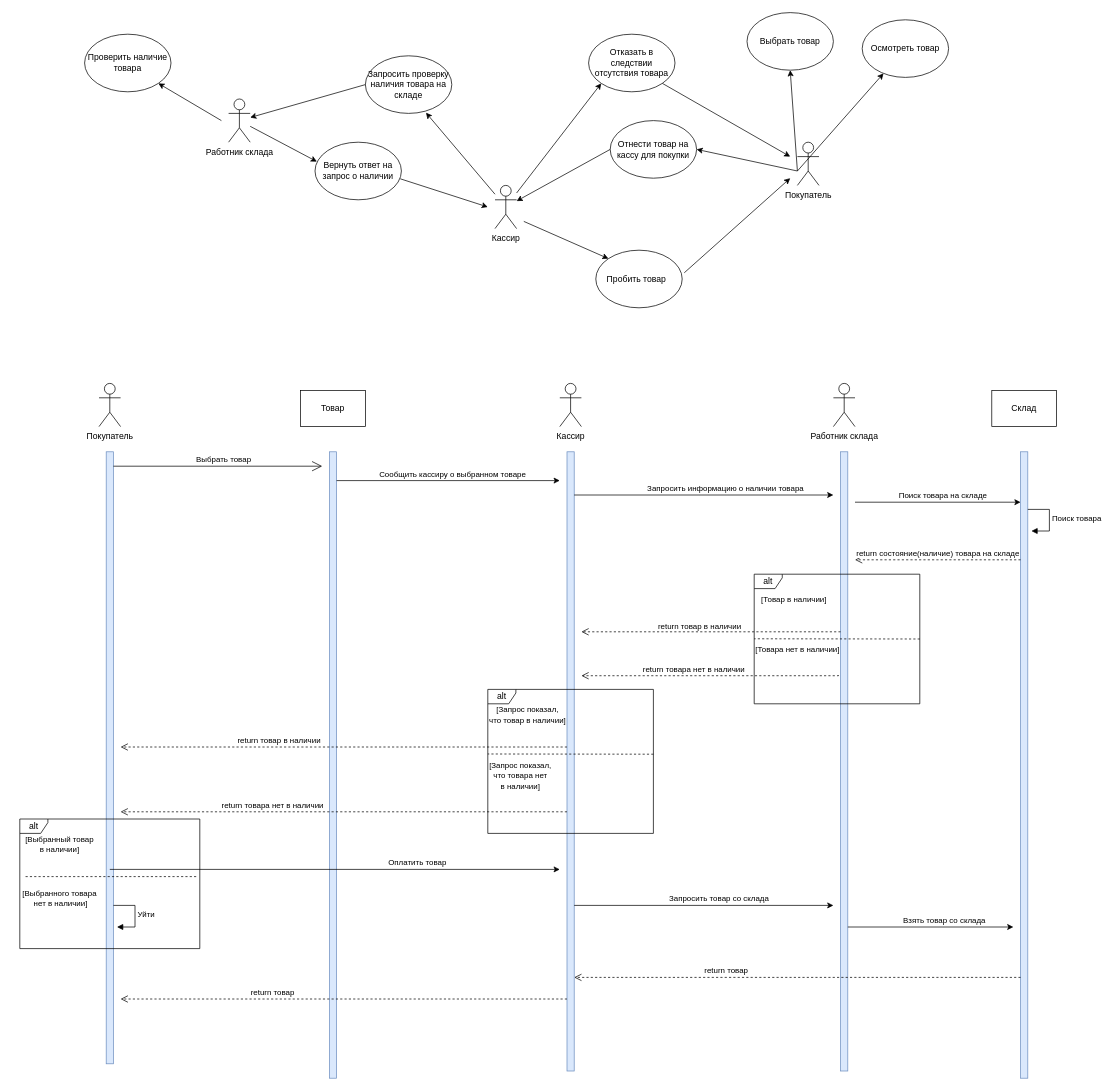
Earlier version of the draw.io diagram Control work.drawio (VyugaSW/ControlWORK-01.11). Source tidied: cells renumbered, new cells numbered last; positions are measured from the earlier drawing's top-left corner, leaving out a move shared by most shapes. Both pictures are drawn from the tidied source at 72%, with x=0, y=0 at pixel (12, 12).
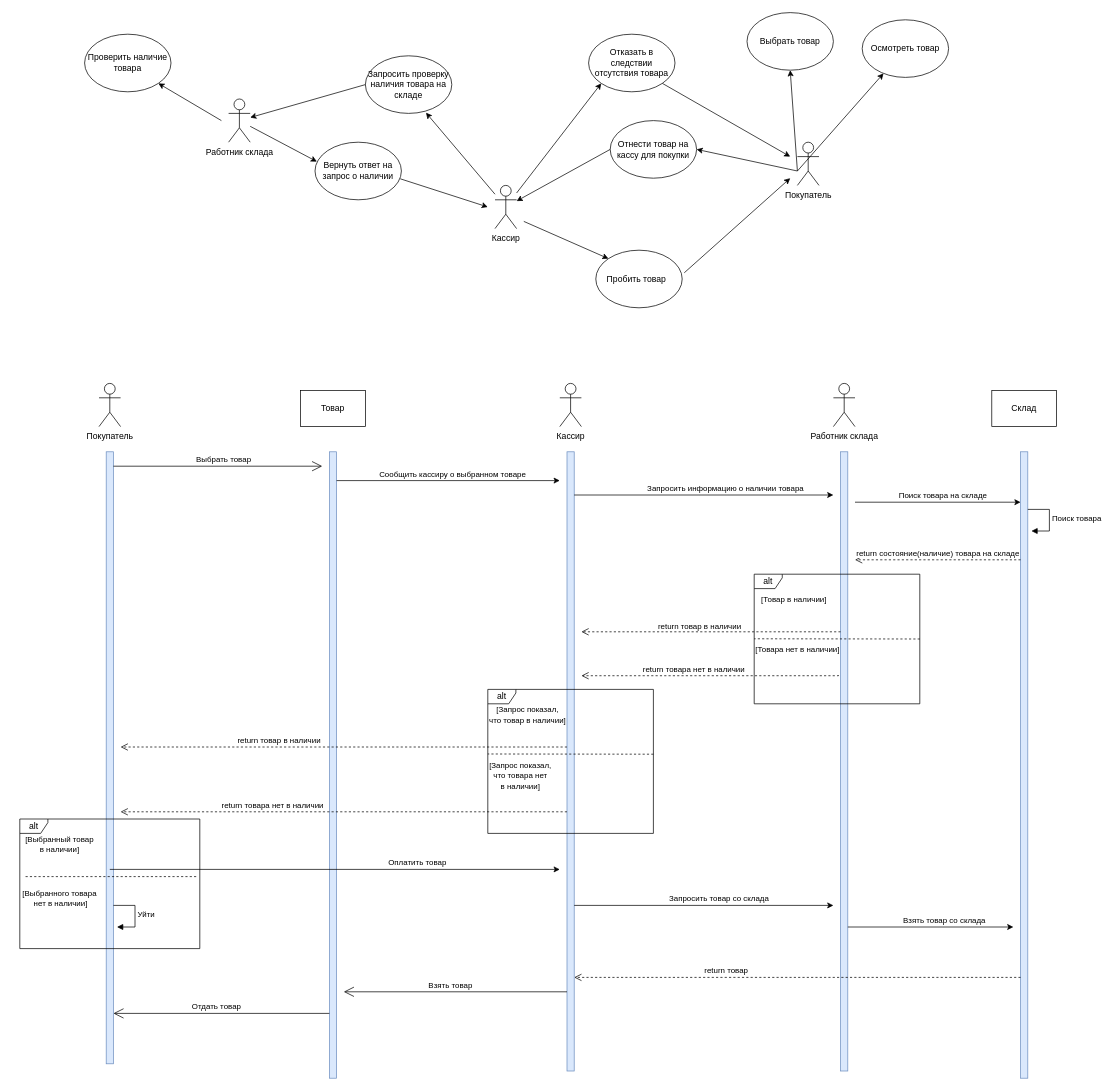
The same diagram, later.

The edit, as a diff of the source:
```diff
@@
-    <mxCell id="72" value="return товар" style="html=1;verticalAlign=bottom;endArrow=open;dashed=1;endSize=8;edgeStyle=elbowEdgeStyle;elbow=vertical;curved=0;rounded=0;" parent="1" edge="1">
-      <mxGeometry x="0.32" relative="1" as="geometry">
-        <mxPoint x="770" y="1370" as="sourcePoint" />
-        <mxPoint x="150" y="1370" as="targetPoint" />
-      </mxGeometry>
-    </mxCell>
+    <mxCell id="73" style="endArrow=open;endFill=1;endSize=12;html=1;rounded=0;" parent="1" edge="1">
+      <mxGeometry relative="1" as="geometry">
+        <mxPoint x="770" y="1360" as="sourcePoint" />
+        <mxPoint x="460" y="1360" as="targetPoint" />
+      </mxGeometry>
+    </mxCell>
+    <mxCell id="74" value="Взять товар" style="edgeLabel;html=1;align=center;verticalAlign=middle;" parent="73" vertex="1">
+      <mxGeometry x="0.05" y="2" relative="1" as="geometry">
+        <mxPoint y="-12" as="offset" />
+      </mxGeometry>
+    </mxCell>
+    <mxCell id="75" style="endArrow=open;endFill=1;endSize=12;html=1;rounded=0;" parent="1" edge="1">
+      <mxGeometry relative="1" as="geometry">
+        <mxPoint x="440" y="1390" as="sourcePoint" />
+        <mxPoint x="140" y="1390" as="targetPoint" />
+      </mxGeometry>
+    </mxCell>
+    <mxCell id="76" value="Отдать товар" style="edgeLabel;html=1;align=center;verticalAlign=middle;" parent="75" vertex="1">
+      <mxGeometry x="0.05" y="2" relative="1" as="geometry">
+        <mxPoint y="-12" as="offset" />
+      </mxGeometry>
+    </mxCell>
```
